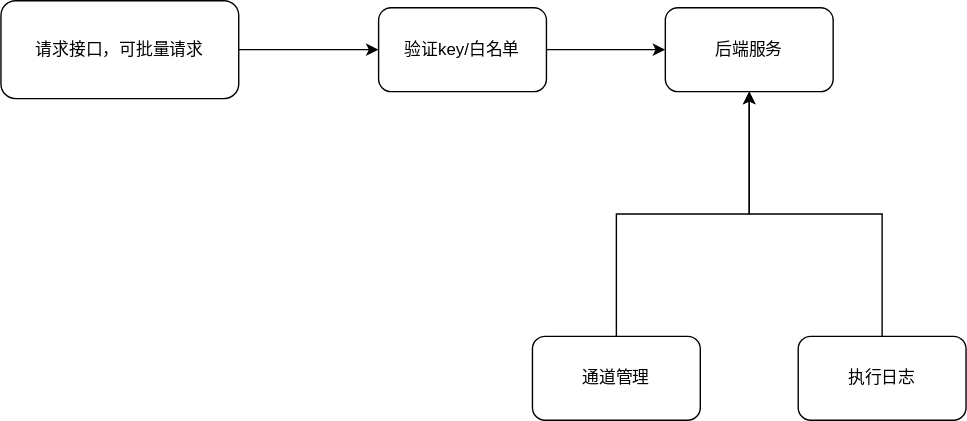
This is doc/process.svg from os7blue/dobby, a draw.io export, as it was before one commit. Source tidied: cells renumbered, new cells last; positions are measured from the earlier drawing's top-left corner, leaving out a move shared by most shapes. Its diagram source:
```xml
<mxGraphModel>
  <root>
    <mxCell id="0" />
    <mxCell id="1" parent="0" />
    <mxCell id="2" style="edgeStyle=orthogonalEdgeStyle;rounded=0;jettySize=auto;html=1;" parent="1" edge="1" source="3" target="5">
      <mxGeometry relative="1" as="geometry" />
    </mxCell>
    <mxCell id="3" value="请求接口，可批量请求" style="rounded=1;whiteSpace=wrap;html=1;" parent="1" vertex="1">
      <mxGeometry width="170" height="70" as="geometry" />
    </mxCell>
    <mxCell id="4" style="edgeStyle=orthogonalEdgeStyle;rounded=0;jettySize=auto;html=1;" parent="1" edge="1" source="5" target="6">
      <mxGeometry relative="1" as="geometry" />
    </mxCell>
    <mxCell id="5" value="验证key/白名单" style="whiteSpace=wrap;html=1;rounded=1;" parent="1" vertex="1">
      <mxGeometry x="270" y="5" width="120" height="60" as="geometry" />
    </mxCell>
    <mxCell id="6" value="后端服务" style="whiteSpace=wrap;html=1;rounded=1;" parent="1" vertex="1">
      <mxGeometry x="475" y="5" width="120" height="60" as="geometry" />
    </mxCell>
    <mxCell id="7" style="edgeStyle=orthogonalEdgeStyle;rounded=0;jettySize=auto;html=1;entryX=0.5;entryY=1;entryDx=0;entryDy=0;" parent="1" edge="1" source="8" target="6">
      <mxGeometry relative="1" as="geometry" />
    </mxCell>
    <mxCell id="8" value="通道管理" style="rounded=1;whiteSpace=wrap;html=1;" parent="1" vertex="1">
      <mxGeometry x="380" y="240" width="120" height="60" as="geometry" />
    </mxCell>
    <mxCell id="9" style="edgeStyle=orthogonalEdgeStyle;rounded=0;jettySize=auto;html=1;entryX=0.5;entryY=1;entryDx=0;entryDy=0;" parent="1" edge="1" source="10" target="6">
      <mxGeometry relative="1" as="geometry" />
    </mxCell>
    <mxCell id="10" value="执行日志" style="whiteSpace=wrap;html=1;rounded=1;" parent="1" vertex="1">
      <mxGeometry x="570" y="240" width="120" height="60" as="geometry" />
    </mxCell>
  </root>
</mxGraphModel>
```
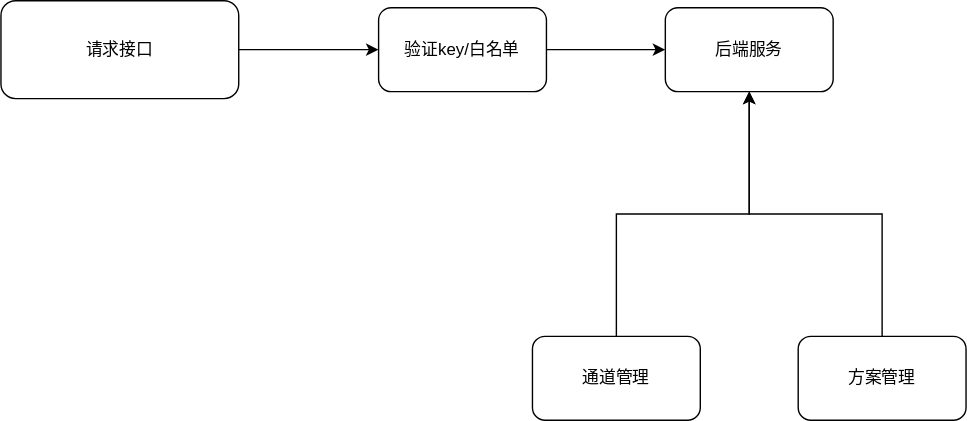
After the commit.

The edit, as a diff of the source:
```diff
@@ -5,7 +5,7 @@
     <mxCell id="2" style="edgeStyle=orthogonalEdgeStyle;rounded=0;jettySize=auto;html=1;" parent="1" edge="1" source="3" target="5">
       <mxGeometry relative="1" as="geometry" />
     </mxCell>
-    <mxCell id="3" value="请求接口，可批量请求" style="rounded=1;whiteSpace=wrap;html=1;" parent="1" vertex="1">
+    <mxCell id="3" value="请求接口" style="rounded=1;whiteSpace=wrap;html=1;" parent="1" vertex="1">
       <mxGeometry width="170" height="70" as="geometry" />
     </mxCell>
     <mxCell id="4" style="edgeStyle=orthogonalEdgeStyle;rounded=0;jettySize=auto;html=1;" parent="1" edge="1" source="5" target="6">
@@ -26,7 +26,7 @@
     <mxCell id="9" style="edgeStyle=orthogonalEdgeStyle;rounded=0;jettySize=auto;html=1;entryX=0.5;entryY=1;entryDx=0;entryDy=0;" parent="1" edge="1" source="10" target="6">
       <mxGeometry relative="1" as="geometry" />
     </mxCell>
-    <mxCell id="10" value="执行日志" style="whiteSpace=wrap;html=1;rounded=1;" parent="1" vertex="1">
+    <mxCell id="10" value="方案管理" style="whiteSpace=wrap;html=1;rounded=1;" parent="1" vertex="1">
       <mxGeometry x="570" y="240" width="120" height="60" as="geometry" />
     </mxCell>
   </root>
```
